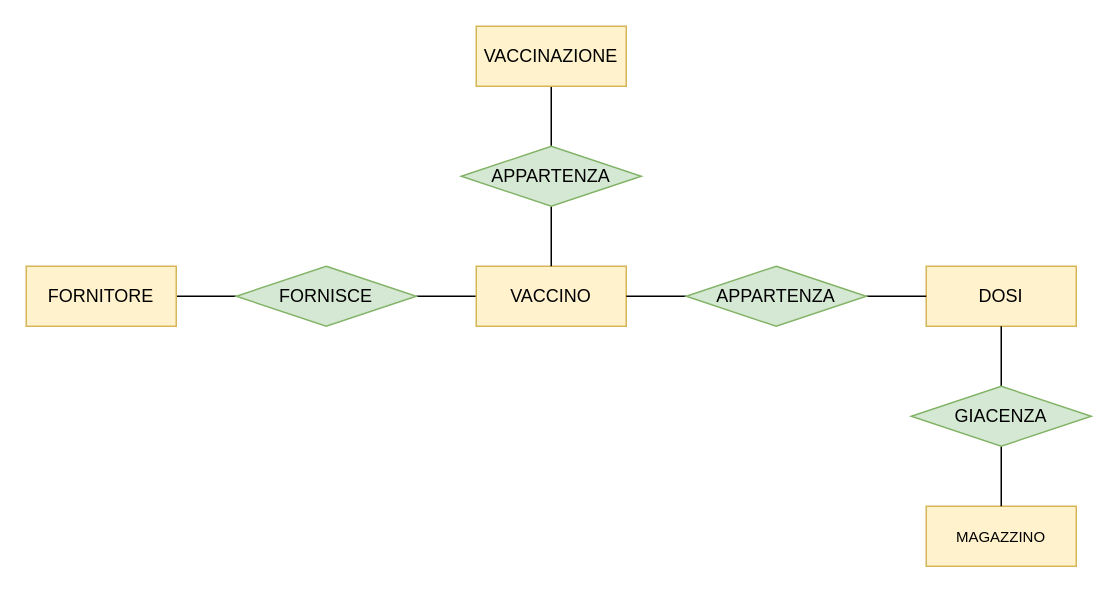
luigi-borriello00/Vaccinations-Tracker keeps this draw.io diagram as Diagrammi E-R/2.drawio. Above is the earlier version. Source tidied: cells renumbered, new cells numbered last; positions are measured from the earlier drawing's top-left corner, leaving out a move shared by most shapes. Both pictures are drawn from the tidied source at 150%, with x=0, y=0 at pixel (26, 26).
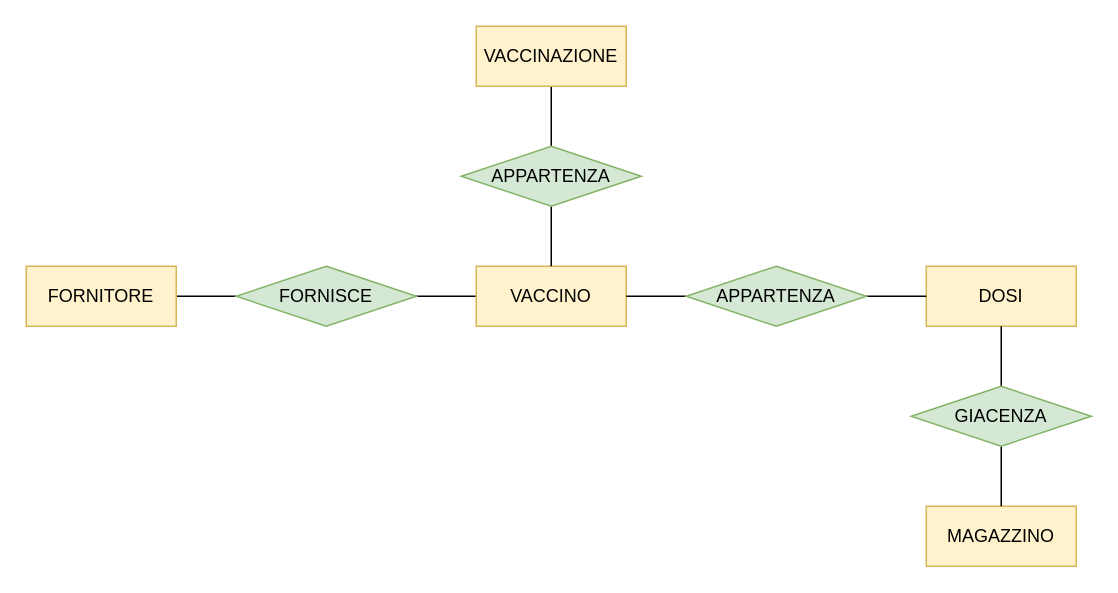
After the change.

The edit, as a diff of the source:
```diff
@@
 <mxGraphModel>
   <root>
     <mxCell id="0" />
     <mxCell id="1" parent="0" />
     <mxCell id="2" style="edgeStyle=orthogonalEdgeStyle;rounded=0;jettySize=auto;html=1;exitX=0.5;exitY=1;exitDx=0;exitDy=0;entryX=0.5;entryY=0;entryDx=0;entryDy=0;endArrow=none;endFill=0;" parent="1" edge="1" source="3" target="11">
       <mxGeometry relative="1" as="geometry" />
     </mxCell>
     <mxCell id="3" value="VACCINAZIONE" style="whiteSpace=wrap;html=1;align=center;fillColor=#fff2cc;strokeColor=#d6b656;" parent="1" vertex="1">
       <mxGeometry x="300" width="100" height="40" as="geometry" />
     </mxCell>
     <mxCell id="4" style="edgeStyle=orthogonalEdgeStyle;rounded=0;jettySize=auto;html=1;endArrow=none;endFill=0;" parent="1" edge="1" source="5" target="12">
       <mxGeometry relative="1" as="geometry" />
     </mxCell>
     <mxCell id="5" value="&lt;font style=&quot;font-size: 12px&quot;&gt;VACCINO&lt;/font&gt;" style="whiteSpace=wrap;html=1;align=center;fontSize=9;fillColor=#fff2cc;strokeColor=#d6b656;" parent="1" vertex="1">
       <mxGeometry x="300" y="160" width="100" height="40" as="geometry" />
     </mxCell>
     <mxCell id="6" style="edgeStyle=orthogonalEdgeStyle;rounded=0;jettySize=auto;html=1;endArrow=none;endFill=0;" parent="1" edge="1" source="7" target="12">
       <mxGeometry relative="1" as="geometry" />
     </mxCell>
     <mxCell id="7" value="&lt;font style=&quot;font-size: 12px&quot;&gt;FORNITORE&lt;/font&gt;" style="whiteSpace=wrap;html=1;align=center;fontSize=9;fillColor=#fff2cc;strokeColor=#d6b656;" parent="1" vertex="1">
       <mxGeometry y="160" width="100" height="40" as="geometry" />
     </mxCell>
-    <mxCell id="8" value="&lt;font size=&quot;1&quot;&gt;MAGAZZINO&lt;/font&gt;" style="whiteSpace=wrap;html=1;align=center;fontSize=9;fillColor=#fff2cc;strokeColor=#d6b656;" parent="1" vertex="1">
+    <mxCell id="8" value="&lt;font style=&quot;font-size: 12px&quot;&gt;MAGAZZINO&lt;/font&gt;" style="whiteSpace=wrap;html=1;align=center;fontSize=9;fillColor=#fff2cc;strokeColor=#d6b656;" parent="1" vertex="1">
       <mxGeometry x="600" y="320" width="100" height="40" as="geometry" />
     </mxCell>
     <mxCell id="9" value="DOSI" style="whiteSpace=wrap;html=1;align=center;fillColor=#fff2cc;strokeColor=#d6b656;" parent="1" vertex="1">
       <mxGeometry x="600" y="160" width="100" height="40" as="geometry" />
     </mxCell>
     <mxCell id="10" style="edgeStyle=orthogonalEdgeStyle;rounded=0;jettySize=auto;html=1;endArrow=none;endFill=0;" parent="1" edge="1" source="11" target="5">
       <mxGeometry relative="1" as="geometry" />
     </mxCell>
     <mxCell id="11" value="APPARTENZA" style="shape=rhombus;perimeter=rhombusPerimeter;whiteSpace=wrap;html=1;align=center;fillColor=#d5e8d4;strokeColor=#82b366;" parent="1" vertex="1">
       <mxGeometry x="290" y="80" width="120" height="40" as="geometry" />
     </mxCell>
     <mxCell id="12" value="FORNISCE" style="shape=rhombus;perimeter=rhombusPerimeter;whiteSpace=wrap;html=1;align=center;fillColor=#d5e8d4;strokeColor=#82b366;" parent="1" vertex="1">
       <mxGeometry x="140" y="160" width="120" height="40" as="geometry" />
     </mxCell>
     <mxCell id="13" style="edgeStyle=orthogonalEdgeStyle;rounded=0;jettySize=auto;html=1;endArrow=none;endFill=0;" parent="1" edge="1" source="15" target="9">
       <mxGeometry relative="1" as="geometry" />
     </mxCell>
     <mxCell id="14" style="edgeStyle=orthogonalEdgeStyle;rounded=0;jettySize=auto;html=1;endArrow=none;endFill=0;" parent="1" edge="1" source="15" target="5">
       <mxGeometry relative="1" as="geometry" />
     </mxCell>
     <mxCell id="15" value="APPARTENZA" style="shape=rhombus;perimeter=rhombusPerimeter;whiteSpace=wrap;html=1;align=center;fillColor=#d5e8d4;strokeColor=#82b366;" parent="1" vertex="1">
       <mxGeometry x="440" y="160" width="120" height="40" as="geometry" />
     </mxCell>
     <mxCell id="16" style="edgeStyle=orthogonalEdgeStyle;rounded=0;jettySize=auto;html=1;endArrow=none;endFill=0;" parent="1" edge="1" source="18" target="8">
       <mxGeometry relative="1" as="geometry" />
     </mxCell>
     <mxCell id="17" style="edgeStyle=orthogonalEdgeStyle;rounded=0;jettySize=auto;html=1;endArrow=none;endFill=0;" parent="1" edge="1" source="18" target="9">
       <mxGeometry relative="1" as="geometry" />
     </mxCell>
     <mxCell id="18" value="GIACENZA" style="shape=rhombus;perimeter=rhombusPerimeter;whiteSpace=wrap;html=1;align=center;fillColor=#d5e8d4;strokeColor=#82b366;" parent="1" vertex="1">
       <mxGeometry x="590" y="240" width="120" height="40" as="geometry" />
     </mxCell>
   </root>
 </mxGraphModel>
```
